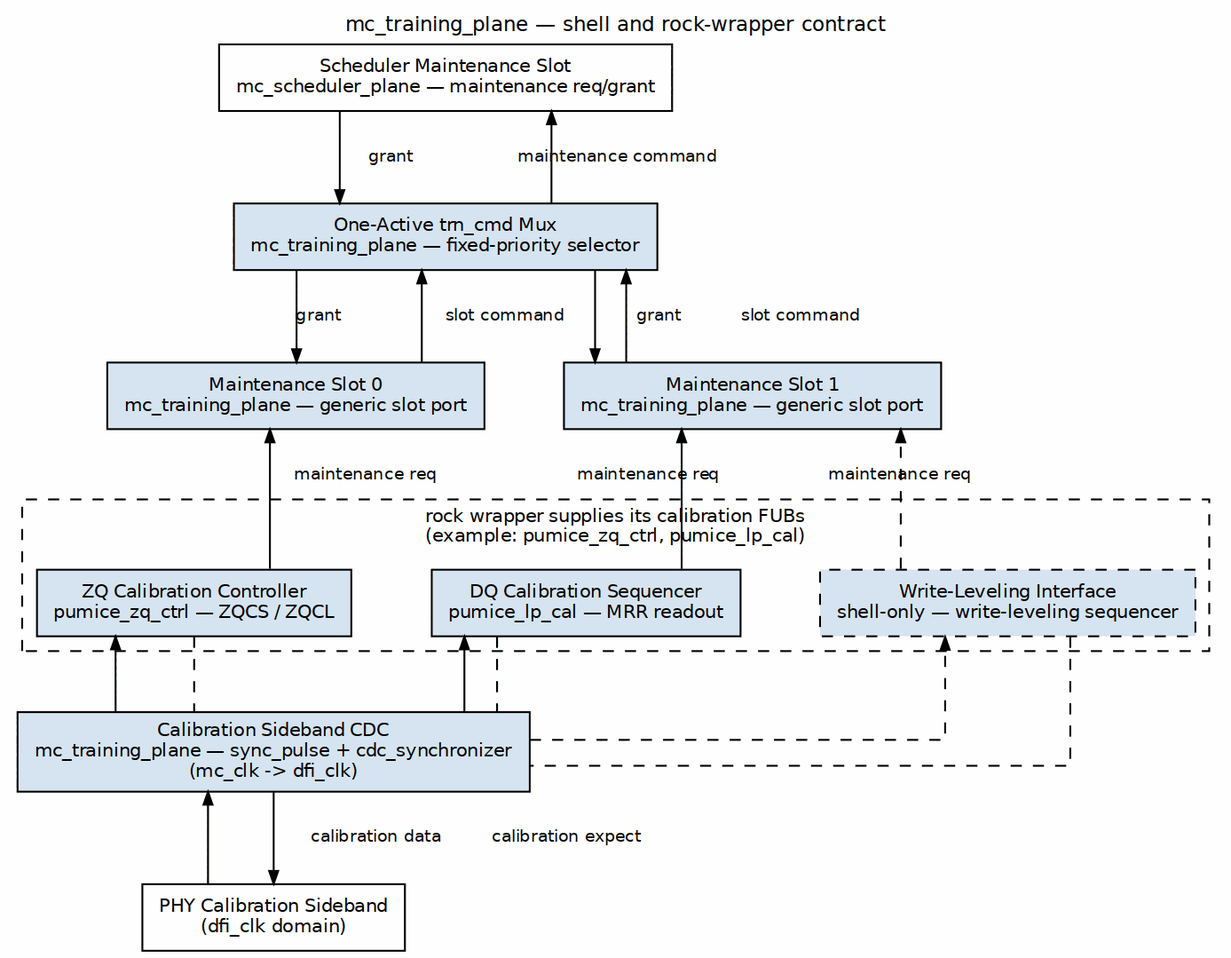
Before: projects/components/mem-ctrl-ip/common-ip/docs/common_mas/assets/graphviz/04_mc_training_plane.png, a diagram exported from Graphviz (sean-galloway/RTLDesignSherpa). Its source is kept beside it as projects/components/mem-ctrl-ip/common-ip/docs/common_mas/assets/graphviz/04_mc_training_plane.dot.
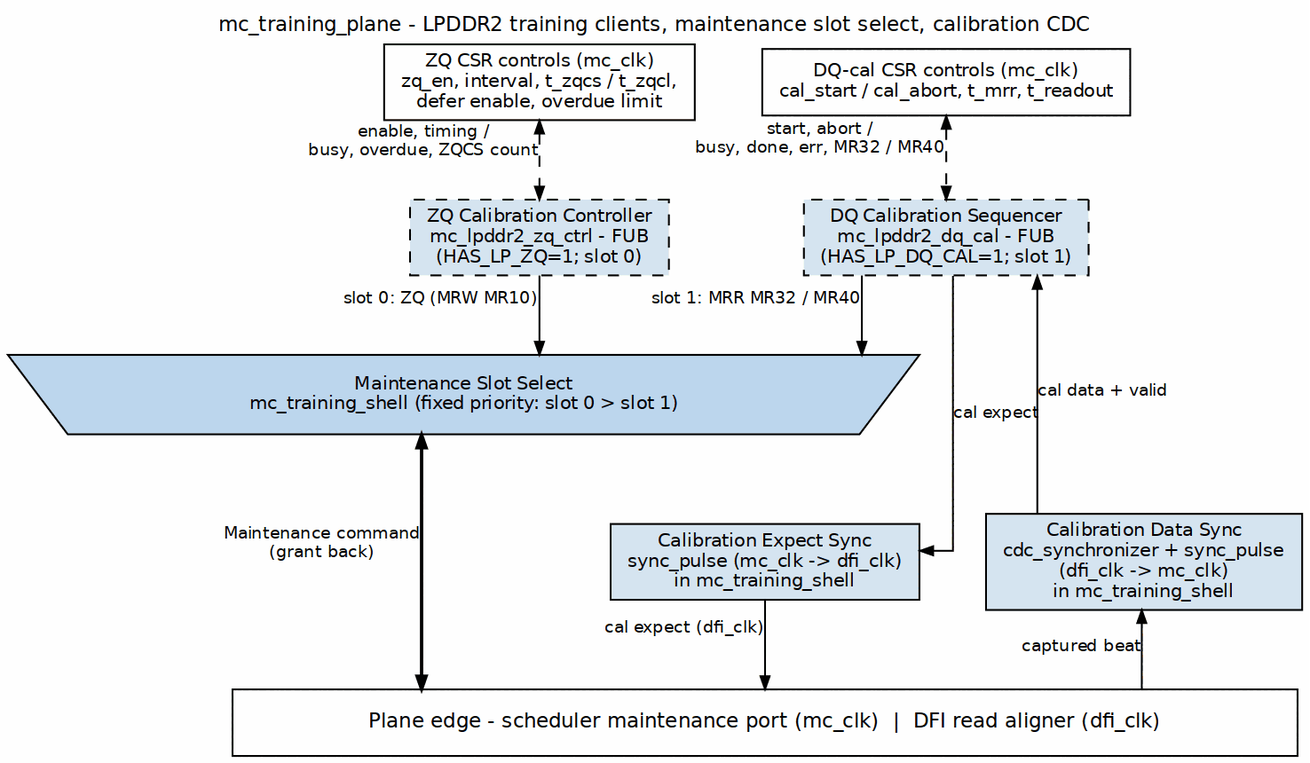
After the commit.

The edit, as a diff of the source:
```diff
@@ -1,73 +1,44 @@
 digraph mc_training_plane {
     graph [rankdir=TB, bgcolor="white", fontname="Helvetica", fontsize=11,
-           nodesep="0.30", ranksep="0.55", splines=ortho, compound=true,
-           newrank=true,
-           label="mc_training_plane — shell and rock-wrapper contract",
+           nodesep="0.50", ranksep="0.60", splines=ortho,
+           label="mc_training_plane - LPDDR2 training clients, maintenance slot select, calibration CDC",
            labelloc=t, labeljust=c];
-    node  [fontname="Helvetica", fontsize="10", shape=box, style=filled,
-           fillcolor="#D6E4F0", color="black", margin="0.12,0.07"];
-    edge  [fontname="Helvetica", fontsize="9", color="black", arrowsize=0.7];
+    node  [fontname="Helvetica", fontsize=10, shape=box, style=filled,
+           fillcolor="#D6E4F0", color="black", margin="0.12,0.06"];
+    edge  [fontname="Helvetica", fontsize=9, color="black", arrowsize=0.7];
 
-    sched [label="Scheduler Maintenance Slot\nmc_scheduler_plane — maintenance req/grant",
-           fillcolor="white", width=3.2];
-    phy_cal [label="PHY Calibration Sideband\n(dfi_clk domain)", fillcolor="white"];
+    csr_zq [label="ZQ CSR controls (mc_clk)\nzq_en, interval, t_zqcs / t_zqcl,\ndefer enable, overdue limit", fillcolor="white"];
+    csr_cal [label="DQ-cal CSR controls (mc_clk)\ncal_start / cal_abort, t_mrr, t_readout", fillcolor="white"];
 
-    mux [label="One-Active trn_cmd Mux\nmc_training_plane — fixed-priority selector"];
-    slot0 [label="Maintenance Slot 0\nmc_training_plane — generic slot port"];
-    slot1 [label="Maintenance Slot 1\nmc_training_plane — generic slot port"];
-    cdc [label="Calibration Sideband CDC\nmc_training_plane — sync_pulse + cdc_synchronizer\n(mc_clk -> dfi_clk)"];
+    zq  [label="ZQ Calibration Controller\nmc_lpddr2_zq_ctrl - FUB\n(HAS_LP_ZQ=1; slot 0)", style="filled,dashed"];
+    dqc [label="DQ Calibration Sequencer\nmc_lpddr2_dq_cal - FUB\n(HAS_LP_DQ_CAL=1; slot 1)", style="filled,dashed"];
 
-    subgraph cluster_rock {
-        label="rock wrapper supplies its calibration FUBs\n(example: pumice_zq_ctrl, pumice_lp_cal)";
-        labelloc=t;
-        labeljust=c;
-        style=dashed;
-        color=black;
-        fillcolor=none;
-        fontname="Helvetica";
-        fontsize=10;
+    sel [label="Maintenance Slot Select\nmc_training_shell (fixed priority: slot 0 > slot 1)",
+         shape=polygon, sides=4, distortion=0.10, width=5.2, height=0.6, fillcolor="#BDD7EE"];
 
-        zq [label="ZQ Calibration Controller\npumice_zq_ctrl — ZQCS / ZQCL"];
-        dq [label="DQ Calibration Sequencer\npumice_lp_cal — MRR readout"];
-        wl [label="Write-Leveling Interface\nshell-only — write-leveling sequencer",
-            style="filled,dashed"];
+    exp_sync [label="Calibration Expect Sync\nsync_pulse (mc_clk -> dfi_clk)\nin mc_training_shell"];
+    dat_sync [label="Calibration Data Sync\ncdc_synchronizer + sync_pulse\n(dfi_clk -> mc_clk)\nin mc_training_shell"];
 
-        zq -> dq -> wl [style=invis];
-    }
+    bar [label="Plane edge - scheduler maintenance port (mc_clk)  |  DFI read aligner (dfi_clk)",
+         fillcolor="white", width=8, height=0.5, fontsize=11];
 
-    zq -> slot0 [label="maintenance req"];
-    dq -> slot1 [label="maintenance req"];
-    wl -> slot1 [label="maintenance req", style=dashed];
+    csr_zq  -> zq  [dir=both, style=dashed, xlabel="enable, timing /\nbusy, overdue, ZQCS count"];
+    csr_cal -> dqc [dir=both, style=dashed, xlabel="start, abort /\nbusy, done, err, MR32 / MR40"];
 
-    slot0 -> mux [label="slot command"];
-    slot1 -> mux [label="slot command"];
+    zq  -> sel [xlabel="slot 0: ZQ (MRW MR10)"];
+    dqc -> sel [xlabel="slot 1: MRR MR32 / MR40"];
+    sel -> bar [dir=both, penwidth=1.8, xlabel="Maintenance command\n(grant back)"];
 
-    mux -> sched [label="maintenance command"];
-    sched -> mux [label="grant"];
-    mux -> slot0 [label="grant"];
-    mux -> slot1 [label="grant"];
+    dqc -> exp_sync [xlabel="cal expect"];
+    exp_sync -> bar [xlabel="cal expect (dfi_clk)"];
+    dqc -> dat_sync [dir=back, xlabel="cal data + valid"];
+    dat_sync -> bar [dir=back, xlabel="captured beat"];
 
-    zq -> cdc [style=dashed, arrowhead=none];
-    dq -> cdc [style=dashed, arrowhead=none];
-    wl -> cdc [style=dashed, arrowhead=none];
-    cdc -> phy_cal [label="calibration expect"];
-
-    cdc -> zq [constraint=false];
-    cdc -> dq [constraint=false];
-    cdc -> wl [style=dashed, constraint=false];
-    phy_cal -> cdc [label="calibration data", constraint=false];
-
-    { rank=same; sched; }
-    { rank=same; mux; }
-    { rank=same; slot0; slot1; }
-    { rank=same; zq; dq; wl; }
-
-    sched -> mux [style=invis];
-    mux -> slot0 [style=invis];
-    slot0 -> slot1 [style=invis];
-    slot0 -> zq [style=invis];
-    slot1 -> dq [style=invis];
-    slot1 -> wl [style=invis];
-    zq -> cdc [style=invis];
-    cdc -> phy_cal [style=invis];
+    { rank=same; csr_zq; csr_cal; }
+    { rank=same; zq; dqc; }
+    { rank=same; exp_sync; dat_sync; }
+    csr_zq -> csr_cal [style=invis];
+    zq -> dqc [style=invis];
+    exp_sync -> dat_sync [style=invis];
+    sel -> exp_sync [style=invis];
 }
```
